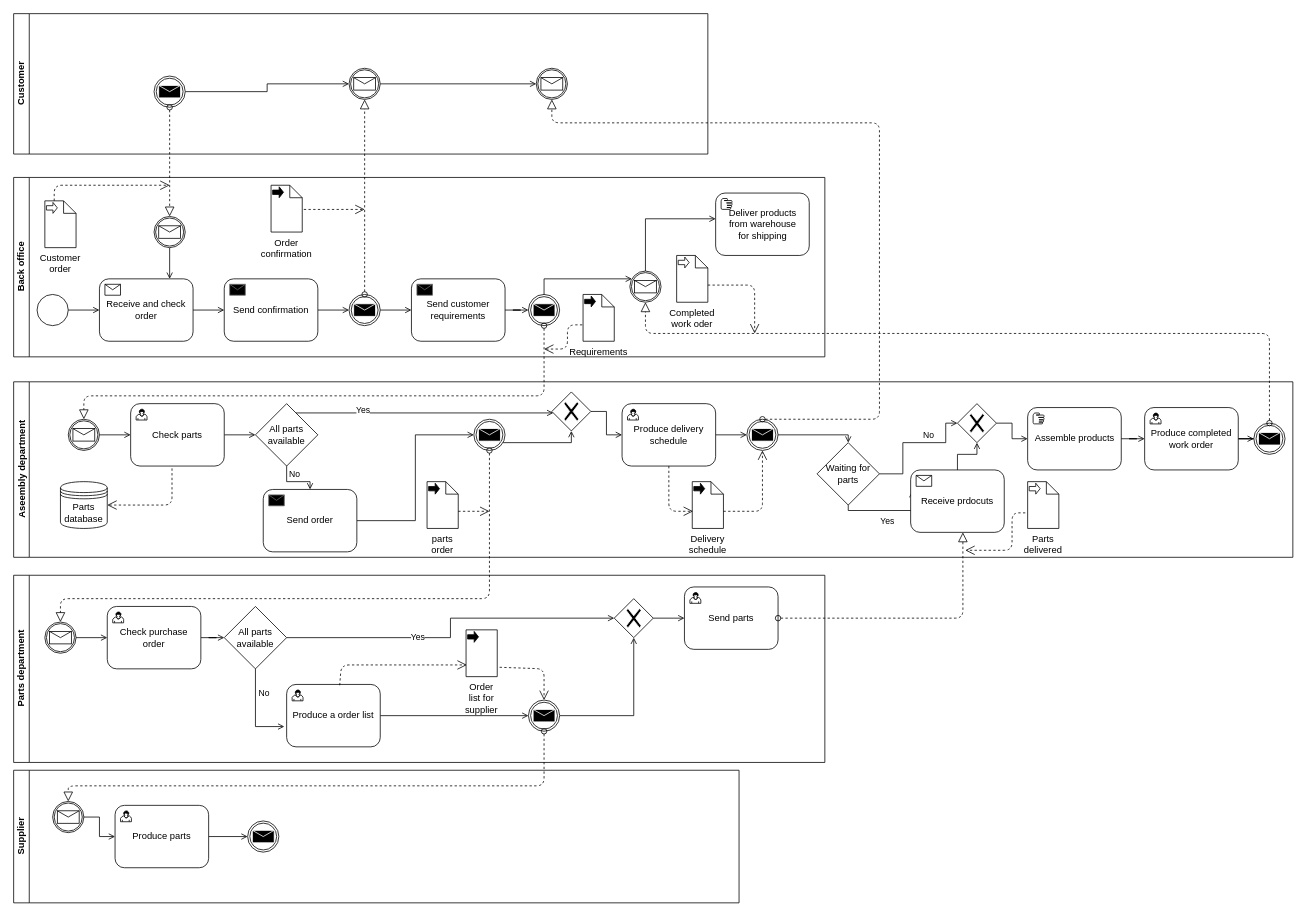
shitanshiwoerzi/test keeps this draw.io diagram as High Level Process Diagram.drawio. Above is the earlier version. Source tidied: cells renumbered, new cells numbered last; positions are measured from the earlier drawing's top-left corner, leaving out a move shared by most shapes. Both pictures are drawn from the tidied source at 78%, with x=0, y=0 at pixel (13, 13).
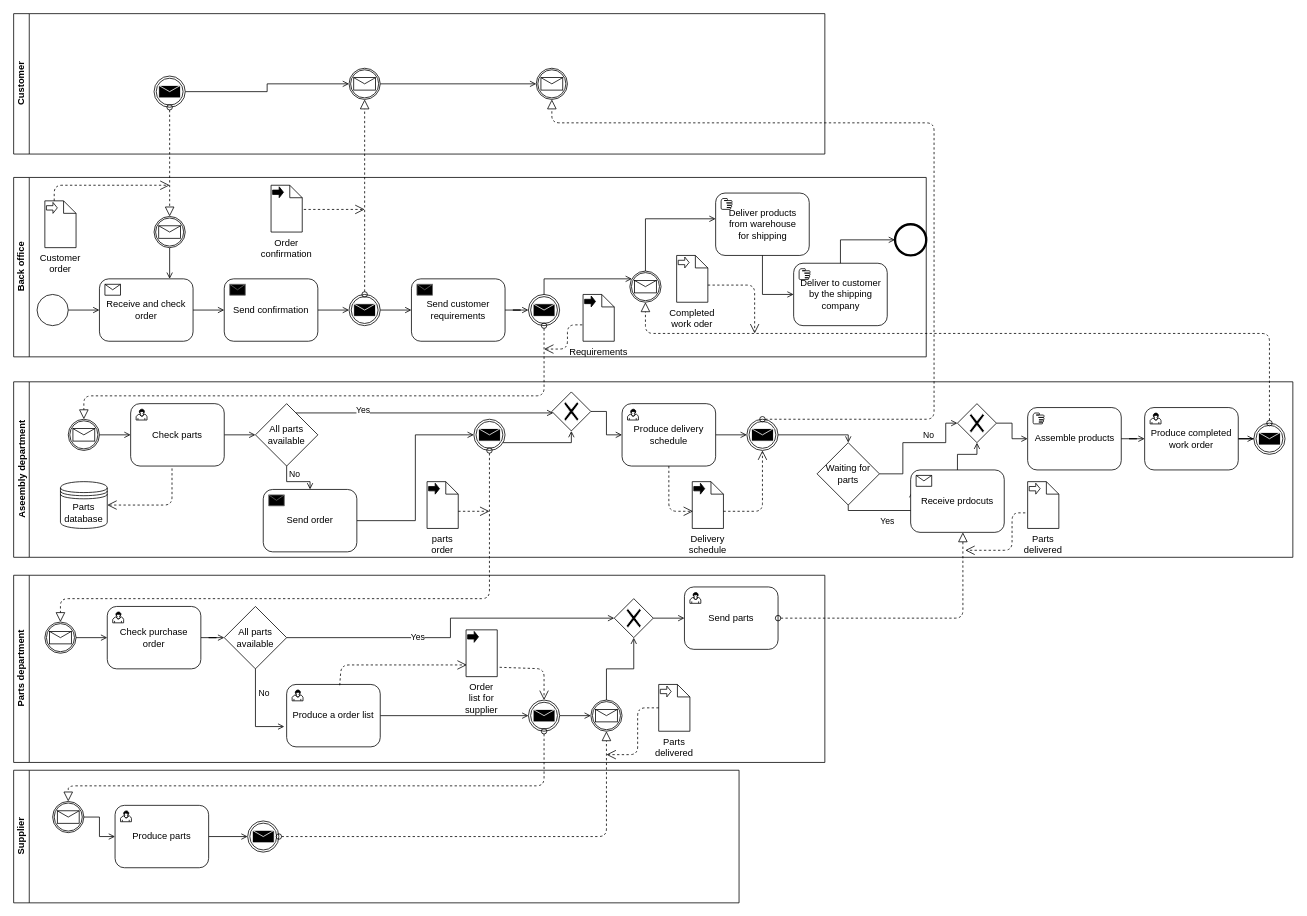
Above is the later version.

Unchanged cells that the change refers to:
```xml
<mxCell id="35" value="Deliver products &lt;br&gt;from warehouse&lt;br&gt;for shipping" style="shape=ext;rounded=1;html=1;fillColor=#FFFFFF;gradientColor=none;" parent="34" vertex="1">
  <mxGeometry width="120" height="80" as="geometry" />
</mxCell>
<mxCell id="43" style="shape=mxgraph.bpmn.shape;html=1;verticalLabelPosition=bottom;labelBackgroundColor=#ffffff;verticalAlign=top;align=center;perimeter=ellipsePerimeter;outlineConnect=0;outline=catching;symbol=message;fillColor=#FFFFFF;" parent="38" vertex="1">
  <mxGeometry x="670" y="70" width="40" height="40" as="geometry" />
</mxCell>
<mxCell id="71" style="shape=mxgraph.bpmn.shape;html=1;verticalLabelPosition=bottom;labelBackgroundColor=#ffffff;verticalAlign=top;align=center;perimeter=ellipsePerimeter;outlineConnect=0;outline=throwing;symbol=message;fillColor=#FFFFFF;" parent="45" vertex="1">
  <mxGeometry x="940" y="48" width="40" height="40" as="geometry" />
</mxCell>
<mxCell id="99" value="Parts department" style="swimlane;html=1;horizontal=0;startSize=20;fillColor=#FFFFFF;gradientColor=none;" parent="1" vertex="1">
  <mxGeometry y="720" width="1040" height="240" as="geometry" />
</mxCell>
<mxCell id="111" style="shape=mxgraph.bpmn.shape;html=1;verticalLabelPosition=bottom;labelBackgroundColor=#ffffff;verticalAlign=top;align=center;perimeter=rhombusPerimeter;background=gateway;outlineConnect=0;outline=none;symbol=exclusiveGw;fillColor=#FFFFFF;gradientColor=none;" parent="99" vertex="1">
  <mxGeometry x="770" y="30" width="50" height="50" as="geometry" />
</mxCell>
<mxCell id="116" style="shape=mxgraph.bpmn.shape;html=1;verticalLabelPosition=bottom;labelBackgroundColor=#ffffff;verticalAlign=top;align=center;perimeter=ellipsePerimeter;outlineConnect=0;outline=throwing;symbol=message;fillColor=#FFFFFF;" parent="99" vertex="1">
  <mxGeometry x="660" y="160" width="40" height="40" as="geometry" />
</mxCell>
<mxCell id="130" style="shape=mxgraph.bpmn.shape;html=1;verticalLabelPosition=bottom;labelBackgroundColor=#ffffff;verticalAlign=top;align=center;perimeter=ellipsePerimeter;outlineConnect=0;outline=throwing;symbol=message;fillColor=#FFFFFF;" parent="124" vertex="1">
  <mxGeometry x="300" y="65" width="40" height="40" as="geometry" />
</mxCell>
```

What changed in the source:
```diff
@@
     <mxCell id="2" value="Back office" style="swimlane;html=1;horizontal=0;startSize=20;" parent="1" vertex="1">
-      <mxGeometry y="210" width="1040" height="230" as="geometry" />
+      <mxGeometry y="210" width="1170" height="230" as="geometry" />
     </mxCell>
@@
+    <mxCell id="136" style="group;" parent="2" vertex="1">
+      <mxGeometry x="1000" y="110" width="120" height="80" as="geometry" />
+    </mxCell>
+    <mxCell id="137" style="group;" parent="136" vertex="1">
+      <mxGeometry width="120" height="80" as="geometry" />
+    </mxCell>
+    <mxCell id="138" value="Deliver to customer&lt;br&gt;by the shipping&lt;br&gt;company" style="shape=ext;rounded=1;html=1;fillColor=#FFFFFF;gradientColor=none;" parent="137" vertex="1">
+      <mxGeometry width="120" height="80" as="geometry" />
+    </mxCell>
+    <mxCell id="139" style="shape=mxgraph.bpmn.manual_task;html=1;fillColor=#FFFFFF;gradientColor=none;whiteSpace=wrap;" parent="137" vertex="1">
+      <mxGeometry x="7" y="7" width="14" height="14" as="geometry" />
+    </mxCell>
+    <mxCell id="140" style="edgeStyle=orthogonalEdgeStyle;rounded=0;jettySize=auto;html=1;entryX=0;entryY=0.5;entryDx=0;entryDy=0;startArrow=none;startFill=0;endArrow=open;endFill=0;" parent="2" edge="1" source="35" target="138">
+      <mxGeometry relative="1" as="geometry" />
+    </mxCell>
+    <mxCell id="141" style="shape=mxgraph.bpmn.shape;html=1;verticalLabelPosition=bottom;labelBackgroundColor=#ffffff;verticalAlign=top;align=center;perimeter=ellipsePerimeter;outlineConnect=0;outline=end;symbol=general;fillColor=#FFFFFF;gradientColor=none;" parent="2" vertex="1">
+      <mxGeometry x="1130" y="60" width="40" height="40" as="geometry" />
+    </mxCell>
+    <mxCell id="142" style="edgeStyle=orthogonalEdgeStyle;rounded=0;jettySize=auto;html=1;entryX=0;entryY=0.5;entryDx=0;entryDy=0;startArrow=none;startFill=0;endArrow=open;endFill=0;" parent="2" edge="1" source="138" target="141">
+      <mxGeometry relative="1" as="geometry">
+        <Array as="points">
+          <mxPoint x="1060" y="80" />
+        </Array>
+      </mxGeometry>
+    </mxCell>
@@
     <mxCell id="38" value="Customer" style="swimlane;html=1;horizontal=0;startSize=20;fillColor=#FFFFFF;" parent="1" vertex="1">
-      <mxGeometry width="890" height="180" as="geometry" />
+      <mxGeometry width="1040" height="180" as="geometry" />
     </mxCell>
@@
-    <mxCell id="115" style="edgeStyle=orthogonalEdgeStyle;rounded=0;jettySize=auto;html=1;entryX=0.5;entryY=1;entryDx=0;entryDy=0;startArrow=none;startFill=0;endArrow=open;endFill=0;" parent="99" edge="1" source="116" target="111">
-      <mxGeometry relative="1" as="geometry" />
-    </mxCell>
+    <mxCell id="143" style="edgeStyle=orthogonalEdgeStyle;rounded=0;jettySize=auto;html=1;startArrow=none;startFill=0;endArrow=open;endFill=0;" parent="99" edge="1" source="116" target="145">
+      <mxGeometry relative="1" as="geometry" />
+    </mxCell>
@@
+    <mxCell id="144" style="edgeStyle=orthogonalEdgeStyle;rounded=0;jettySize=auto;html=1;entryX=0.5;entryY=1;entryDx=0;entryDy=0;startArrow=none;startFill=0;endArrow=open;endFill=0;" parent="99" edge="1" source="145" target="111">
+      <mxGeometry relative="1" as="geometry" />
+    </mxCell>
+    <mxCell id="145" style="shape=mxgraph.bpmn.shape;html=1;verticalLabelPosition=bottom;labelBackgroundColor=#ffffff;verticalAlign=top;align=center;perimeter=ellipsePerimeter;outlineConnect=0;outline=catching;symbol=message;fillColor=#FFFFFF;" parent="99" vertex="1">
+      <mxGeometry x="740" y="160" width="40" height="40" as="geometry" />
+    </mxCell>
+    <mxCell id="146" value="Parts delivered" style="shape=note;whiteSpace=wrap;size=16;html=1;verticalAlign=top;labelPosition=center;verticalLabelPosition=bottom;align=center;" parent="99" vertex="1">
+      <mxGeometry x="827" y="140" width="40" height="60" as="geometry" />
+    </mxCell>
+    <mxCell id="147" style="html=1;shape=singleArrow;arrowWidth=0.4;arrowSize=0.4;" parent="146" vertex="1">
+      <mxGeometry width="14" height="14" relative="1" as="geometry">
+        <mxPoint x="2" y="2" as="offset" />
+      </mxGeometry>
+    </mxCell>
@@
     <mxCell id="132" style="startArrow=oval;startFill=0;startSize=7;endArrow=block;endFill=0;endSize=10;dashed=1;html=1;exitX=0.5;exitY=0;exitDx=0;exitDy=0;entryX=0.5;entryY=1;entryDx=0;entryDy=0;" parent="1" edge="1" source="71" target="43">
       <mxGeometry relative="1" as="geometry">
         <Array as="points">
-          <mxPoint x="1110" y="520" />
-          <mxPoint x="1110" y="140" />
+          <mxPoint x="1180" y="520" />
+          <mxPoint x="1180" y="140" />
           <mxPoint x="690" y="140" />
         </Array>
       </mxGeometry>
     </mxCell>
@@
+    <mxCell id="148" style="startArrow=oval;startFill=0;startSize=7;endArrow=block;endFill=0;endSize=10;dashed=1;html=1;exitX=1;exitY=0.5;exitDx=0;exitDy=0;entryX=0.5;entryY=1;entryDx=0;entryDy=0;" parent="1" edge="1" source="130" target="145">
+      <mxGeometry relative="1" as="geometry">
+        <Array as="points">
+          <mxPoint x="760" y="1055" />
+        </Array>
+      </mxGeometry>
+    </mxCell>
+    <mxCell id="149" style="startArrow=none;startFill=0;startSize=7;endArrow=open;endFill=0;endSize=10;dashed=1;html=1;exitX=0;exitY=0.5;exitDx=0;exitDy=0;exitPerimeter=0;" parent="1" edge="1" source="146">
+      <mxGeometry relative="1" as="geometry">
+        <mxPoint x="760" y="950" as="targetPoint" />
+        <Array as="points">
+          <mxPoint x="800" y="890" />
+          <mxPoint x="800" y="950" />
+        </Array>
+      </mxGeometry>
+    </mxCell>
```
